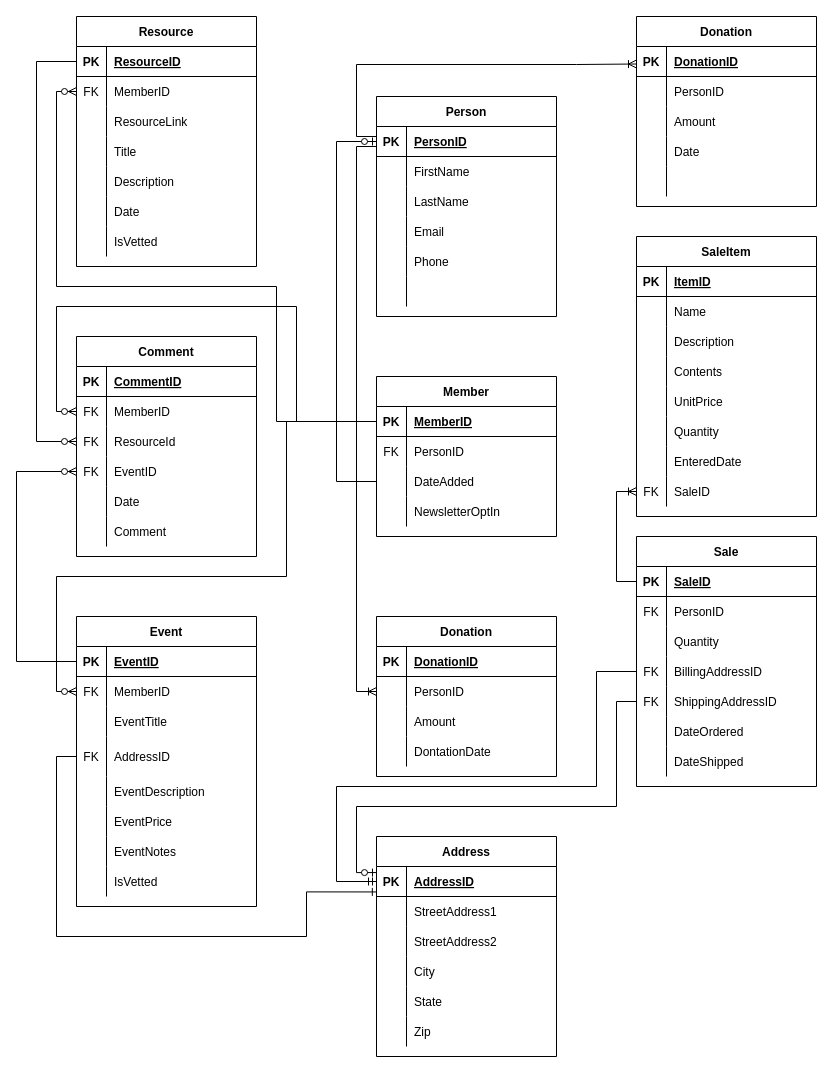
Above: Diagrams/ClimateEntityDiagram-5.drawio in BeartoothHiker/it-120-group-project (draw.io), before the change. Source tidied: cells renumbered, new cells numbered last; positions are measured from the earlier drawing's top-left corner, leaving out a move shared by most shapes. Both pictures are drawn from the tidied source at 100%, with x=0, y=0 at pixel (16, 16).
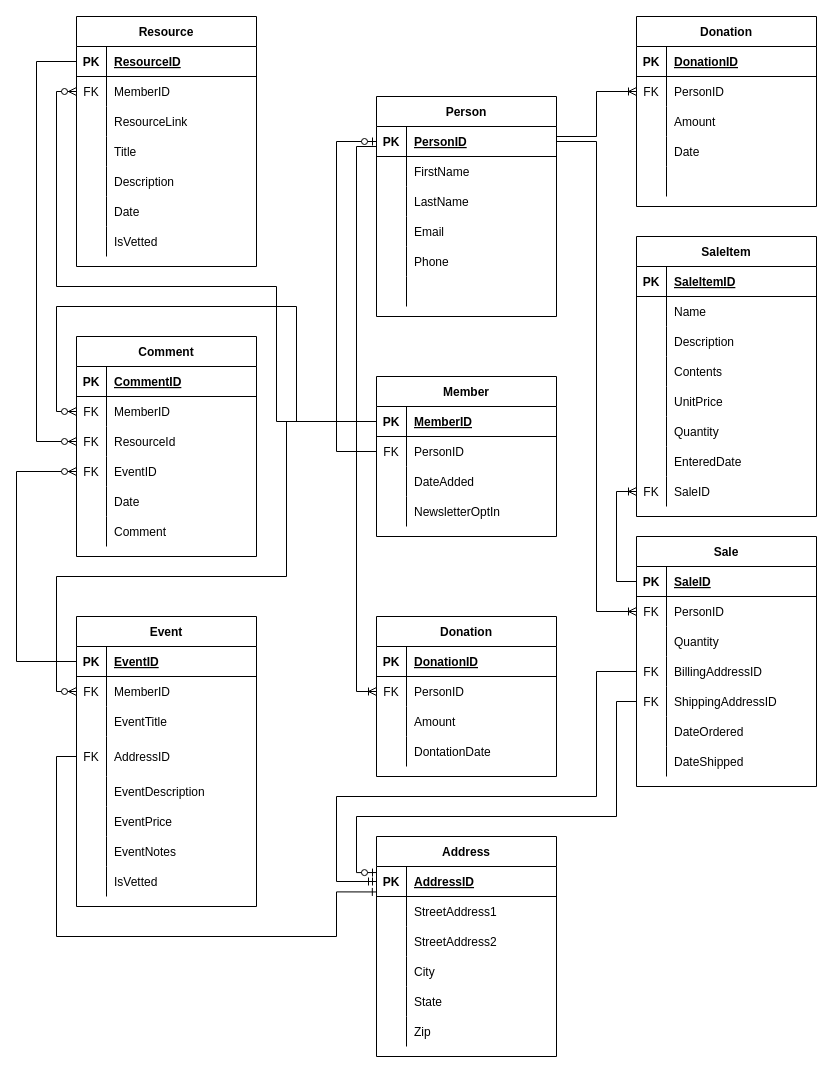
Above is the later version.

Commit message (it also covers changes not shown here):
Final Draft ERD

The change refers to these unchanged cells:
```xml
<mxCell id="3" style="shape=partialRectangle;fillColor=none;top=0;left=0;bottom=1;right=0;points=[[0,0.5],[1,0.5]];portConstraint=eastwest;" parent="2" vertex="1">
  <mxGeometry y="30" width="180" height="30" as="geometry" />
</mxCell>
<mxCell id="72" style="shape=partialRectangle;fillColor=none;top=0;left=0;bottom=0;right=0;points=[[0,0.5],[1,0.5]];portConstraint=eastwest;" parent="62" vertex="1">
  <mxGeometry y="120" width="180" height="40" as="geometry" />
</mxCell>
<mxCell id="91" style="shape=partialRectangle;fillColor=none;top=0;left=0;bottom=0;right=0;points=[[0,0.5],[1,0.5]];portConstraint=eastwest;" parent="87" vertex="1">
  <mxGeometry y="60" width="180" height="30" as="geometry" />
</mxCell>
<mxCell id="105" value="Donation" style="shape=table;startSize=30;childLayout=tableLayout;rowLines=0;fontStyle=1;align=center;" parent="1" vertex="1">
  <mxGeometry x="620" width="180" height="190" as="geometry" />
</mxCell>
<mxCell id="109" style="shape=partialRectangle;fillColor=none;top=0;left=0;bottom=0;right=0;points=[[0,0.5],[1,0.5]];portConstraint=eastwest;" parent="105" vertex="1">
  <mxGeometry y="60" width="180" height="30" as="geometry" />
</mxCell>
<mxCell id="126" style="shape=partialRectangle;fillColor=none;top=0;left=0;bottom=0;right=0;points=[[0,0.5],[1,0.5]];portConstraint=eastwest;" parent="122" vertex="1">
  <mxGeometry y="60" width="180" height="30" as="geometry" />
</mxCell>
<mxCell id="139" style="shape=partialRectangle;fillColor=none;top=0;left=0;bottom=0;right=0;points=[[0,0.5],[1,0.5]];portConstraint=eastwest;" parent="135" vertex="1">
  <mxGeometry y="60" width="180" height="30" as="geometry" />
</mxCell>
<mxCell id="145" style="shape=partialRectangle;fillColor=none;top=0;left=0;bottom=0;right=0;points=[[0,0.5],[1,0.5]];portConstraint=eastwest;" parent="135" vertex="1">
  <mxGeometry y="120" width="180" height="30" as="geometry" />
</mxCell>
<mxCell id="148" style="shape=partialRectangle;fillColor=none;top=0;left=0;bottom=0;right=0;points=[[0,0.5],[1,0.5]];portConstraint=eastwest;" parent="135" vertex="1">
  <mxGeometry y="150" width="180" height="30" as="geometry" />
</mxCell>
<mxCell id="158" style="shape=partialRectangle;fillColor=none;top=0;left=0;bottom=1;right=0;points=[[0,0.5],[1,0.5]];portConstraint=eastwest;" parent="157" vertex="1">
  <mxGeometry y="30" width="180" height="30" as="geometry" />
</mxCell>
<mxCell id="178" style="shape=partialRectangle;fillColor=none;top=0;left=0;bottom=1;right=0;" parent="177" vertex="1">
  <mxGeometry y="30" width="180" height="30" as="geometry" />
</mxCell>
```

The edit, as a diff of the source:
```diff
@@
-    <mxCell id="110" style="shape=partialRectangle;fillColor=none;top=0;left=0;bottom=0;right=0;overflow=hidden;" parent="109" vertex="1">
+    <mxCell id="110" value="FK" style="shape=partialRectangle;fillColor=none;top=0;left=0;bottom=0;right=0;overflow=hidden;" parent="109" vertex="1">
       <mxGeometry width="30" height="30" as="geometry" />
     </mxCell>
@@
-    <mxCell id="121" style="edgeStyle=orthogonalEdgeStyle;fontSize=12;html=1;endArrow=ERoneToMany;rounded=0;exitX=0;exitY=0.5;exitDx=0;exitDy=0;entryX=0;entryY=0.25;entryDx=0;entryDy=0;" parent="1" edge="1" source="3" target="105">
+    <mxCell id="121" style="edgeStyle=orthogonalEdgeStyle;fontSize=12;html=1;endArrow=ERoneToMany;rounded=0;entryX=0;entryY=0.5;entryDx=0;entryDy=0;exitX=1;exitY=0.5;exitDx=0;exitDy=0;" parent="1" edge="1" source="3" target="109">
       <mxGeometry relative="1" as="geometry">
         <Array as="points">
-          <mxPoint x="360" y="120" />
-          <mxPoint x="340" y="120" />
-          <mxPoint x="340" y="48" />
-          <mxPoint x="560" y="48" />
+          <mxPoint x="540" y="120" />
+          <mxPoint x="580" y="120" />
+          <mxPoint x="580" y="75" />
         </Array>
       </mxGeometry>
     </mxCell>
@@
-    <mxCell id="127" style="shape=partialRectangle;fillColor=none;top=0;left=0;bottom=0;right=0;overflow=hidden;" parent="126" vertex="1">
+    <mxCell id="127" value="FK" style="shape=partialRectangle;fillColor=none;top=0;left=0;bottom=0;right=0;overflow=hidden;" parent="126" vertex="1">
       <mxGeometry width="30" height="30" as="geometry" />
     </mxCell>
@@
     <mxCell id="176" style="edgeStyle=orthogonalEdgeStyle;fontSize=12;html=1;endArrow=ERzeroToOne;endFill=1;rounded=0;exitX=0;exitY=0.5;exitDx=0;exitDy=0;entryX=0;entryY=0.202;entryDx=0;entryDy=0;entryPerimeter=0;" parent="1" edge="1" source="148" target="158">
       <mxGeometry relative="1" as="geometry">
         <Array as="points">
           <mxPoint x="600" y="685" />
-          <mxPoint x="600" y="790" />
-          <mxPoint x="340" y="790" />
+          <mxPoint x="600" y="800" />
+          <mxPoint x="340" y="800" />
           <mxPoint x="340" y="856" />
-          <mxPoint x="360" y="856" />
         </Array>
       </mxGeometry>
     </mxCell>
@@
-    <mxCell id="180" value="ItemID" style="shape=partialRectangle;fillColor=none;top=0;left=0;bottom=0;right=0;align=left;spacingLeft=6;fontStyle=5;overflow=hidden;" parent="178" vertex="1">
+    <mxCell id="180" value="SaleItemID" style="shape=partialRectangle;fillColor=none;top=0;left=0;bottom=0;right=0;align=left;spacingLeft=6;fontStyle=5;overflow=hidden;" parent="178" vertex="1">
       <mxGeometry x="30" width="150" height="30" as="geometry" />
     </mxCell>
@@
     <mxCell id="202" style="edgeStyle=orthogonalEdgeStyle;fontSize=12;html=1;endArrow=ERzeroToOne;endFill=1;rounded=0;exitX=0;exitY=0.5;exitDx=0;exitDy=0;entryX=0;entryY=0.5;entryDx=0;entryDy=0;" parent="1" edge="1" source="91" target="3">
       <mxGeometry relative="1" as="geometry">
         <Array as="points">
-          <mxPoint x="360" y="465" />
-          <mxPoint x="320" y="465" />
+          <mxPoint x="320" y="435" />
           <mxPoint x="320" y="125" />
         </Array>
       </mxGeometry>
     </mxCell>
@@
     <mxCell id="204" style="edgeStyle=orthogonalEdgeStyle;fontSize=12;html=1;endArrow=ERone;endFill=1;rounded=0;exitX=0;exitY=0.5;exitDx=0;exitDy=0;entryX=-0.001;entryY=0.848;entryDx=0;entryDy=0;entryPerimeter=0;" parent="1" edge="1" source="72" target="158">
       <mxGeometry relative="1" as="geometry">
         <Array as="points">
           <mxPoint x="40" y="740" />
           <mxPoint x="40" y="920" />
-          <mxPoint x="290" y="920" />
-          <mxPoint x="290" y="875" />
-          <mxPoint x="360" y="875" />
+          <mxPoint x="320" y="920" />
+          <mxPoint x="320" y="875" />
         </Array>
       </mxGeometry>
     </mxCell>
@@
     <mxCell id="206" style="edgeStyle=orthogonalEdgeStyle;fontSize=12;html=1;endArrow=ERmandOne;rounded=0;exitX=0;exitY=0.5;exitDx=0;exitDy=0;entryX=0;entryY=0.5;entryDx=0;entryDy=0;" parent="1" edge="1" source="145" target="158">
       <mxGeometry relative="1" as="geometry">
         <Array as="points">
           <mxPoint x="580" y="655" />
-          <mxPoint x="580" y="770" />
-          <mxPoint x="320" y="770" />
+          <mxPoint x="580" y="780" />
+          <mxPoint x="320" y="780" />
           <mxPoint x="320" y="865" />
         </Array>
       </mxGeometry>
     </mxCell>
+    <mxCell id="207" style="edgeStyle=orthogonalEdgeStyle;fontSize=12;html=1;endArrow=ERoneToMany;rounded=0;exitX=1;exitY=0.5;exitDx=0;exitDy=0;entryX=0;entryY=0.5;entryDx=0;entryDy=0;" parent="1" edge="1" source="3" target="139">
+      <mxGeometry relative="1" as="geometry" />
+    </mxCell>
```
